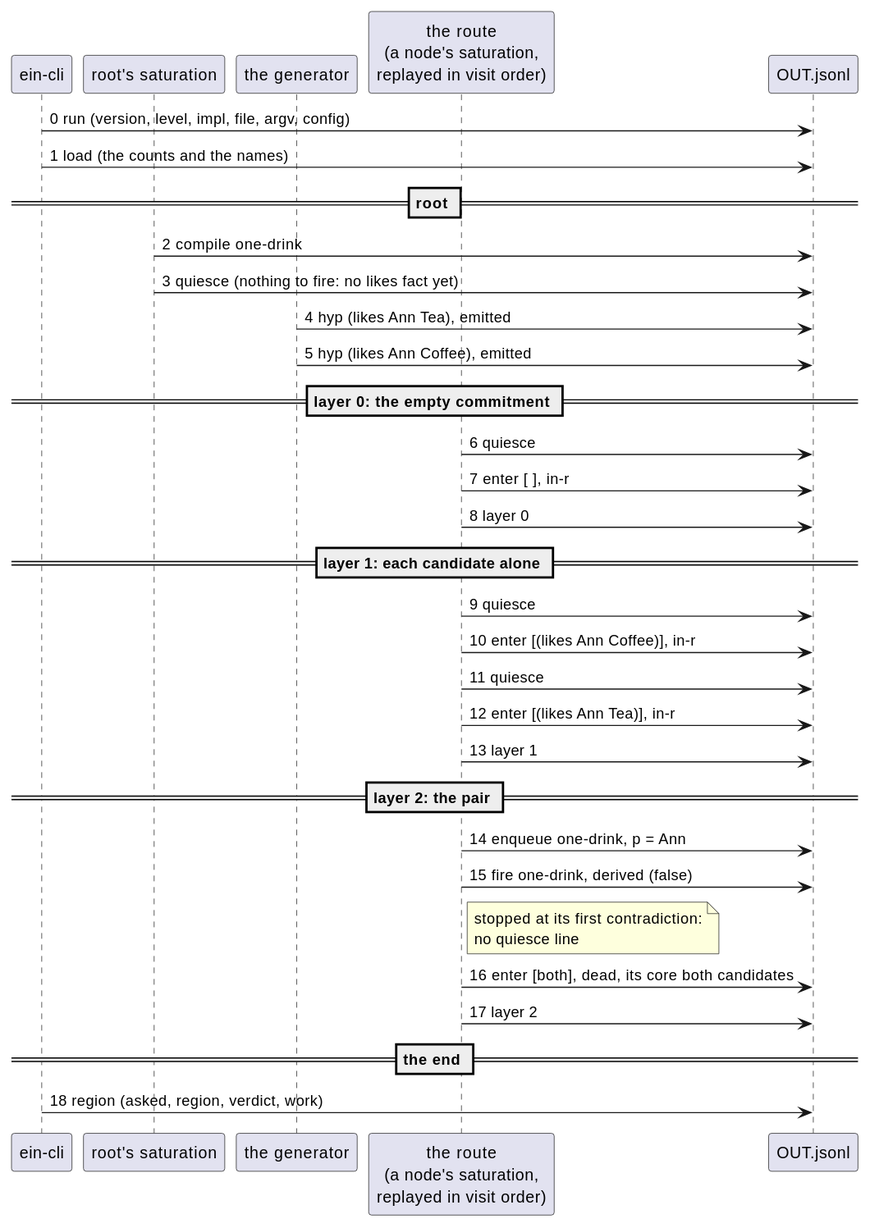
This is docs/ein/ein.rs/diagrams/05-one-run-line-by-line.svg from agutikov/ein, a PlantUML export, as it was before one commit. Its source is kept beside it as docs/ein/ein.rs/diagrams/05-one-run-line-by-line.puml.
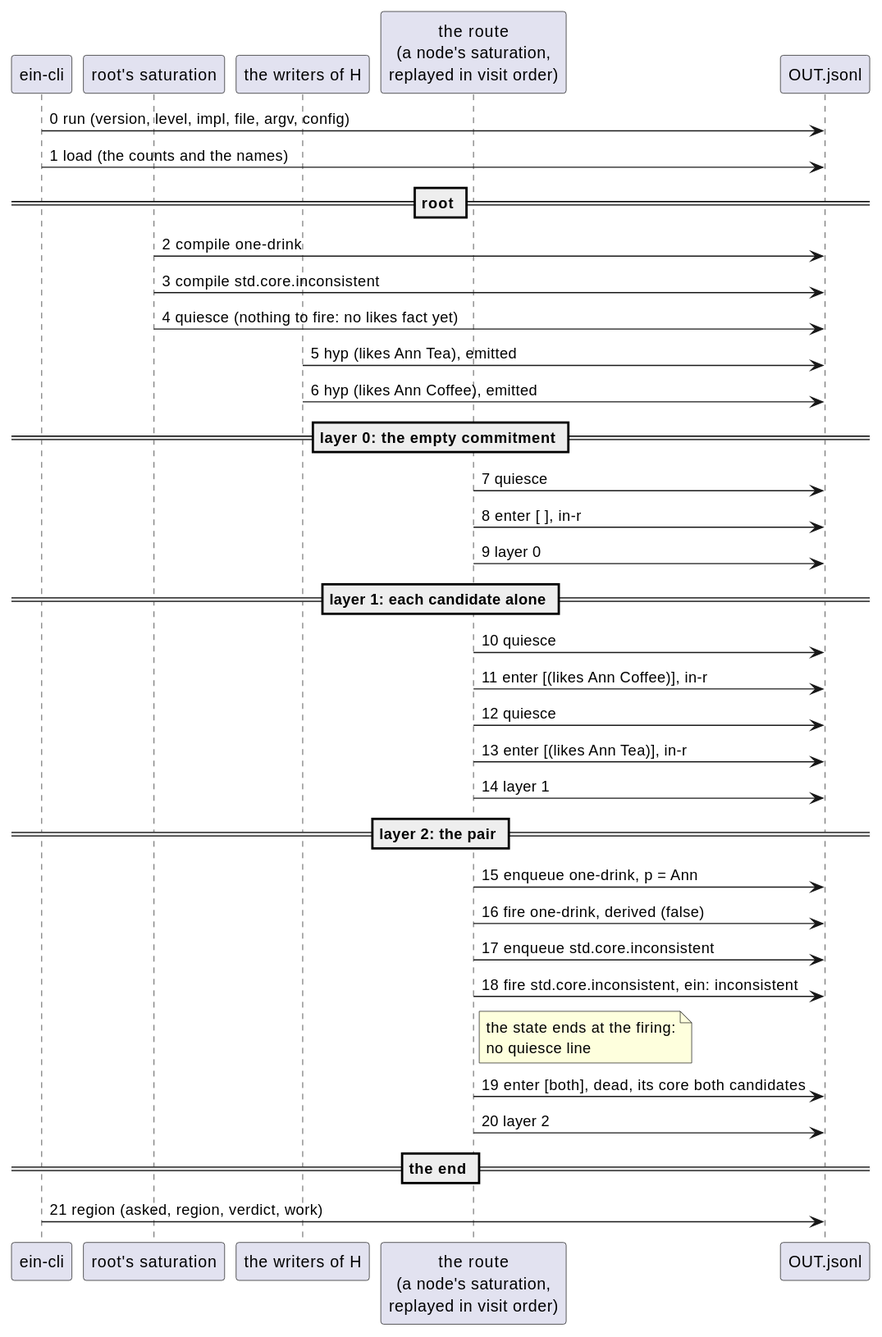
Later version of the same file.

What changed in the source:
```diff
@@ -1,7 +1,7 @@
 @startuml
 participant "ein-cli" as cli
 participant "root's saturation" as sat
-participant "the generator" as gen
+participant "the writers of H" as gen
 participant "the route\n(a node's saturation,\nreplayed in visit order)" as route
 participant "OUT.jsonl" as out
 
@@ -9,28 +9,31 @@
 cli -> out : 1 load (the counts and the names)
 == root ==
 sat -> out : 2 compile one-drink
-sat -> out : 3 quiesce (nothing to fire: no likes fact yet)
-gen -> out : 4 hyp (likes Ann Tea), emitted
-gen -> out : 5 hyp (likes Ann Coffee), emitted
+sat -> out : 3 compile std.core.inconsistent
+sat -> out : 4 quiesce (nothing to fire: no likes fact yet)
+gen -> out : 5 hyp (likes Ann Tea), emitted
+gen -> out : 6 hyp (likes Ann Coffee), emitted
 == layer 0: the empty commitment ==
-route -> out : 6 quiesce
-route -> out : 7 enter [ ], in-r
-route -> out : 8 layer 0
+route -> out : 7 quiesce
+route -> out : 8 enter [ ], in-r
+route -> out : 9 layer 0
 == layer 1: each candidate alone ==
-route -> out : 9 quiesce
-route -> out : 10 enter [(likes Ann Coffee)], in-r
-route -> out : 11 quiesce
-route -> out : 12 enter [(likes Ann Tea)], in-r
-route -> out : 13 layer 1
+route -> out : 10 quiesce
+route -> out : 11 enter [(likes Ann Coffee)], in-r
+route -> out : 12 quiesce
+route -> out : 13 enter [(likes Ann Tea)], in-r
+route -> out : 14 layer 1
 == layer 2: the pair ==
-route -> out : 14 enqueue one-drink, p = Ann
-route -> out : 15 fire one-drink, derived (false)
+route -> out : 15 enqueue one-drink, p = Ann
+route -> out : 16 fire one-drink, derived (false)
+route -> out : 17 enqueue std.core.inconsistent
+route -> out : 18 fire std.core.inconsistent, ein: inconsistent
 note right of route
-  stopped at its first contradiction:
+  the state ends at the firing:
   no quiesce line
 end note
-route -> out : 16 enter [both], dead, its core both candidates
-route -> out : 17 layer 2
+route -> out : 19 enter [both], dead, its core both candidates
+route -> out : 20 layer 2
 == the end ==
-cli -> out : 18 region (asked, region, verdict, work)
+cli -> out : 21 region (asked, region, verdict, work)
 @enduml
```
